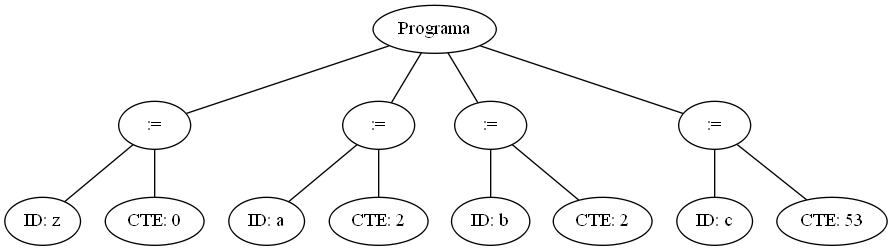
The Graphviz diagram AnalizadorLexico/arbolito.png in JosueGaticaOdato/Integrador-TEOI, before a commit. Its source is kept beside it as AnalizadorLexico/arbolito.dot.
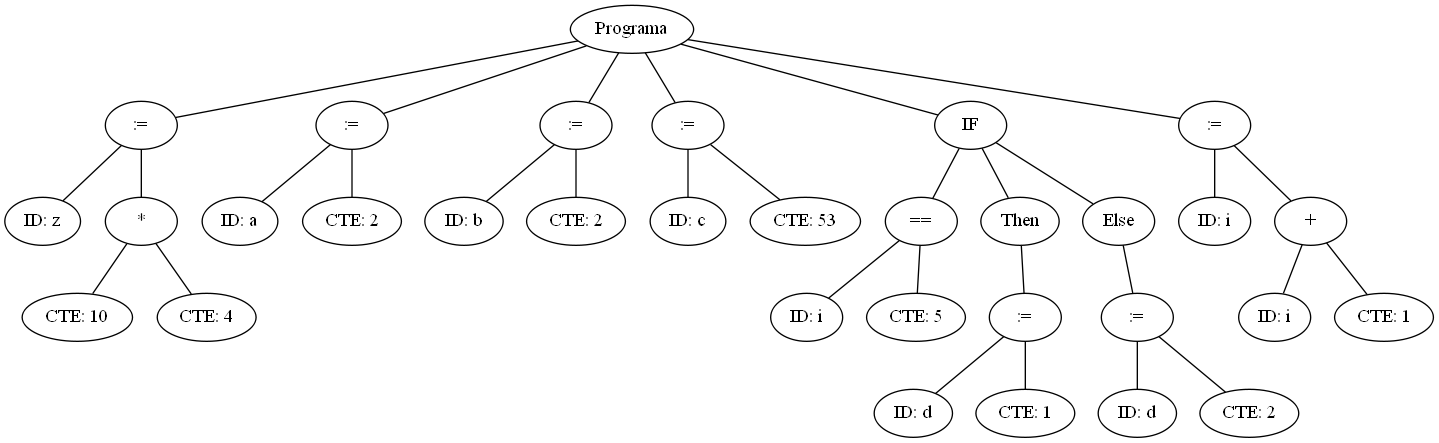
After the change.

What changed in the source:
```diff
@@ -1,26 +1,64 @@
 graph G {nodo_programa [label="Programa"]
-nodo_2074407503 [label=":="]
-nodo_programa -- nodo_2074407503
-nodo_189568618 [label="ID: z"]
-nodo_2074407503 -- nodo_189568618
-nodo_793589513 [label="CTE: 0"]
-nodo_2074407503 -- nodo_793589513
-nodo_20132171 [label=":="]
-nodo_programa -- nodo_20132171
-nodo_186370029 [label="ID: a"]
-nodo_20132171 -- nodo_186370029
-nodo_2094548358 [label="CTE: 2"]
-nodo_20132171 -- nodo_2094548358
-nodo_51228289 [label=":="]
-nodo_programa -- nodo_51228289
-nodo_455896770 [label="ID: b"]
-nodo_51228289 -- nodo_455896770
-nodo_1323165413 [label="CTE: 2"]
-nodo_51228289 -- nodo_1323165413
-nodo_1880587981 [label=":="]
-nodo_programa -- nodo_1880587981
-nodo_511754216 [label="ID: c"]
-nodo_1880587981 -- nodo_511754216
-nodo_1721931908 [label="CTE: 53"]
-nodo_1880587981 -- nodo_1721931908
+nodo_1452126962 [label=":="]
+nodo_programa -- nodo_1452126962
+nodo_2093176254 [label="ID: z"]
+nodo_1452126962 -- nodo_2093176254
+nodo_1854731462 [label="*"]
+nodo_1452126962 -- nodo_1854731462
+nodo_317574433 [label="CTE: 10"]
+nodo_1854731462 -- nodo_317574433
+nodo_885284298 [label="CTE: 4"]
+nodo_1854731462 -- nodo_885284298
+nodo_1721931908 [label=":="]
+nodo_programa -- nodo_1721931908
+nodo_1198108795 [label="ID: a"]
+nodo_1721931908 -- nodo_1198108795
+nodo_214126413 [label="CTE: 2"]
+nodo_1721931908 -- nodo_214126413
+nodo_396873410 [label=":="]
+nodo_programa -- nodo_396873410
+nodo_1706234378 [label="ID: b"]
+nodo_396873410 -- nodo_1706234378
+nodo_1867750575 [label="CTE: 2"]
+nodo_396873410 -- nodo_1867750575
+nodo_2046562095 [label=":="]
+nodo_programa -- nodo_2046562095
+nodo_1342443276 [label="ID: c"]
+nodo_2046562095 -- nodo_1342443276
+nodo_769287236 [label="CTE: 53"]
+nodo_2046562095 -- nodo_769287236
+nodo_1587487668 [label="IF"]
+nodo_programa -- nodo_1587487668
+nodo_1199823423 [label="=="]
+nodo_1587487668 -- nodo_1199823423
+nodo_932172204 [label="ID: i"]
+nodo_1199823423 -- nodo_932172204
+nodo_1225358173 [label="CTE: 5"]
+nodo_1199823423 -- nodo_1225358173
+nodo_1848402763 [label="Then"]
+nodo_1587487668 -- nodo_1848402763
+nodo_933699219 [label=":="]
+nodo_1848402763 -- nodo_933699219
+nodo_2121055098 [label="ID: d"]
+nodo_933699219 -- nodo_2121055098
+nodo_2084435065 [label="CTE: 1"]
+nodo_933699219 -- nodo_2084435065
+nodo_1896277646 [label="Else"]
+nodo_1587487668 -- nodo_1896277646
+nodo_2128227771 [label=":="]
+nodo_1896277646 -- nodo_2128227771
+nodo_1702297201 [label="ID: d"]
+nodo_2128227771 -- nodo_1702297201
+nodo_1996181658 [label="CTE: 2"]
+nodo_2128227771 -- nodo_1996181658
+nodo_806353501 [label=":="]
+nodo_programa -- nodo_806353501
+nodo_521645586 [label="ID: i"]
+nodo_806353501 -- nodo_521645586
+nodo_1296064247 [label="+"]
+nodo_806353501 -- nodo_1296064247
+nodo_1637070917 [label="ID: i"]
+nodo_1296064247 -- nodo_1637070917
+nodo_780237624 [label="CTE: 1"]
+nodo_1296064247 -- nodo_780237624
 }
```
